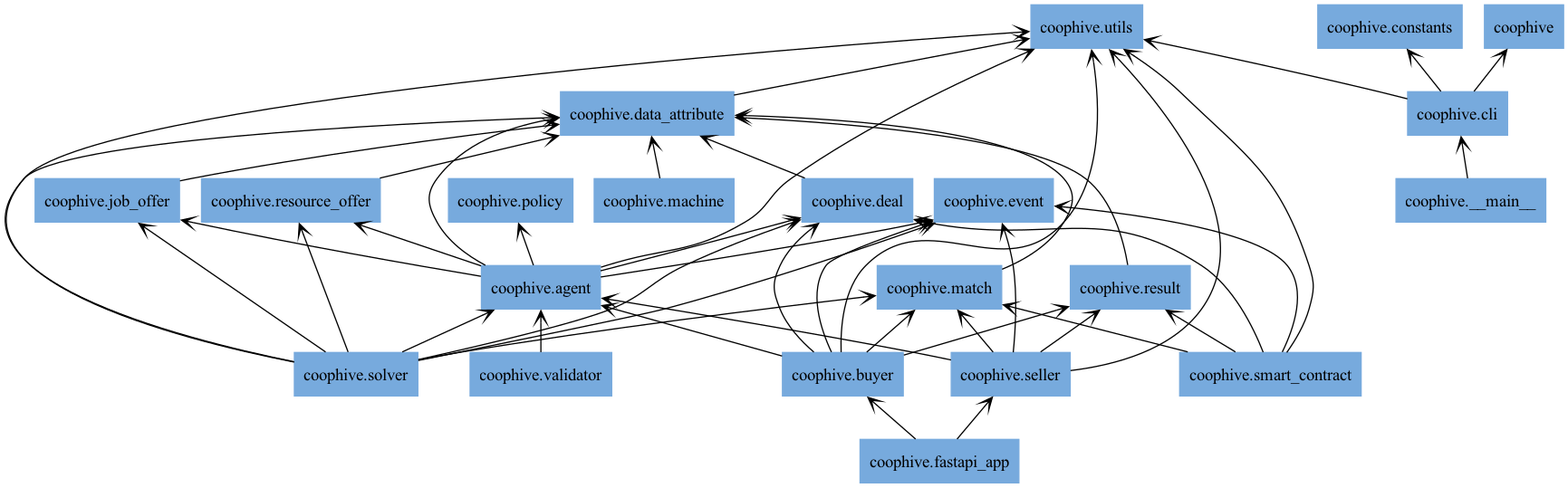
CoopHive/Apiary keeps this Graphviz diagram as docs/img/packages_coophive.png. Above is the earlier version. Its source is kept beside it as docs/img/packages_coophive.dot.
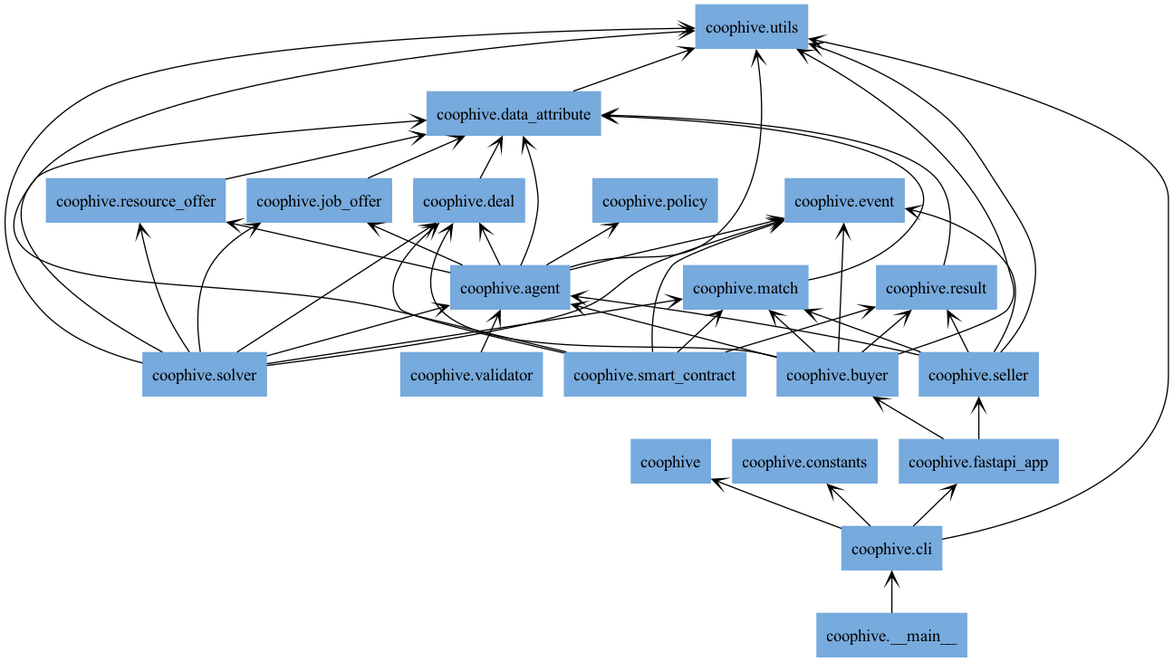
After the change.

What changed in the source:
```diff
@@ -12,7 +12,6 @@
 "coophive.event" [color="#77AADD", label=<coophive.event>, shape="box", style="filled"];
 "coophive.fastapi_app" [color="#77AADD", label=<coophive.fastapi_app>, shape="box", style="filled"];
 "coophive.job_offer" [color="#77AADD", label=<coophive.job_offer>, shape="box", style="filled"];
-"coophive.machine" [color="#77AADD", label=<coophive.machine>, shape="box", style="filled"];
 "coophive.match" [color="#77AADD", label=<coophive.match>, shape="box", style="filled"];
 "coophive.policy" [color="#77AADD", label=<coophive.policy>, shape="box", style="filled"];
 "coophive.resource_offer" [color="#77AADD", label=<coophive.resource_offer>, shape="box", style="filled"];
@@ -38,13 +37,13 @@
 "coophive.buyer" -> "coophive.utils" [arrowhead="open", arrowtail="none"];
 "coophive.cli" -> "coophive" [arrowhead="open", arrowtail="none"];
 "coophive.cli" -> "coophive.constants" [arrowhead="open", arrowtail="none"];
+"coophive.cli" -> "coophive.fastapi_app" [arrowhead="open", arrowtail="none"];
 "coophive.cli" -> "coophive.utils" [arrowhead="open", arrowtail="none"];
 "coophive.data_attribute" -> "coophive.utils" [arrowhead="open", arrowtail="none"];
 "coophive.deal" -> "coophive.data_attribute" [arrowhead="open", arrowtail="none"];
 "coophive.fastapi_app" -> "coophive.buyer" [arrowhead="open", arrowtail="none"];
 "coophive.fastapi_app" -> "coophive.seller" [arrowhead="open", arrowtail="none"];
 "coophive.job_offer" -> "coophive.data_attribute" [arrowhead="open", arrowtail="none"];
-"coophive.machine" -> "coophive.data_attribute" [arrowhead="open", arrowtail="none"];
 "coophive.match" -> "coophive.data_attribute" [arrowhead="open", arrowtail="none"];
 "coophive.resource_offer" -> "coophive.data_attribute" [arrowhead="open", arrowtail="none"];
 "coophive.result" -> "coophive.data_attribute" [arrowhead="open", arrowtail="none"];
```
